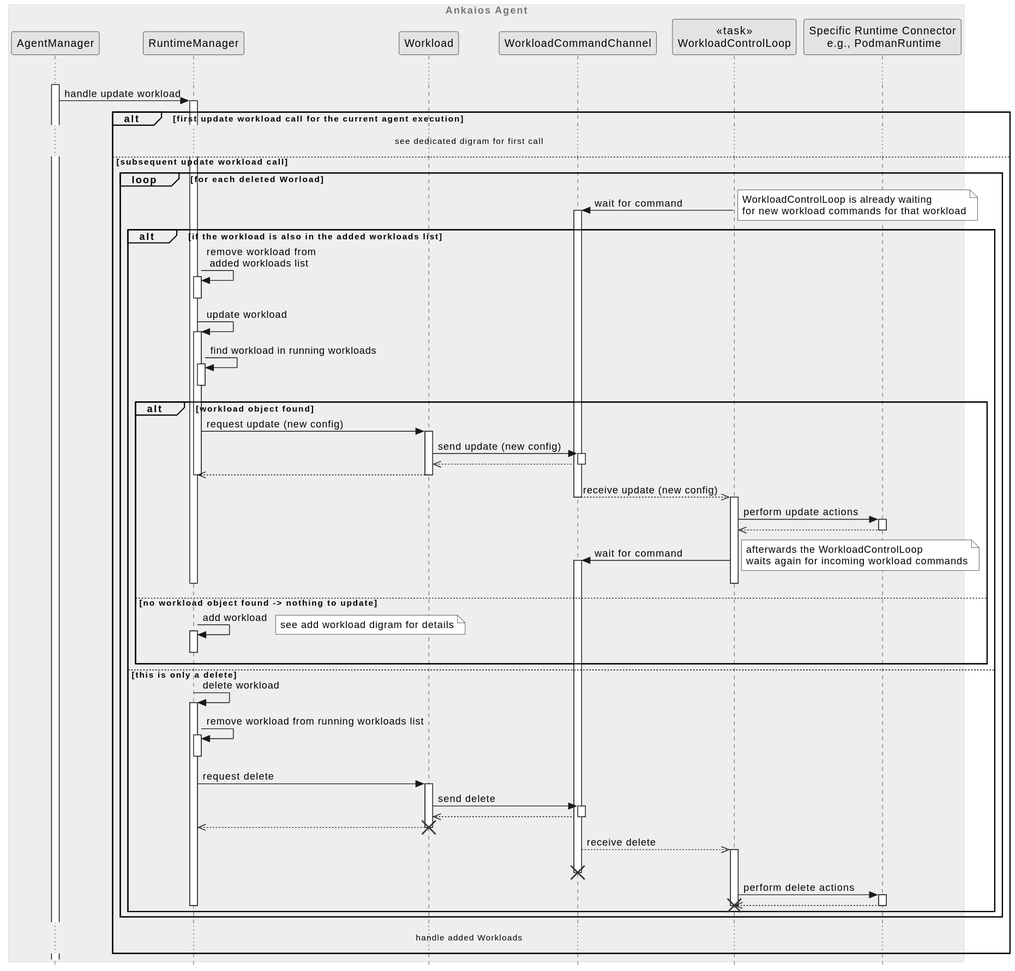
eclipse-ankaios/ankaios keeps this PlantUML diagram as agent/doc/swdesign/plantuml/seq_update_workload_subsequent_deleted.svg. Above is the earlier version.
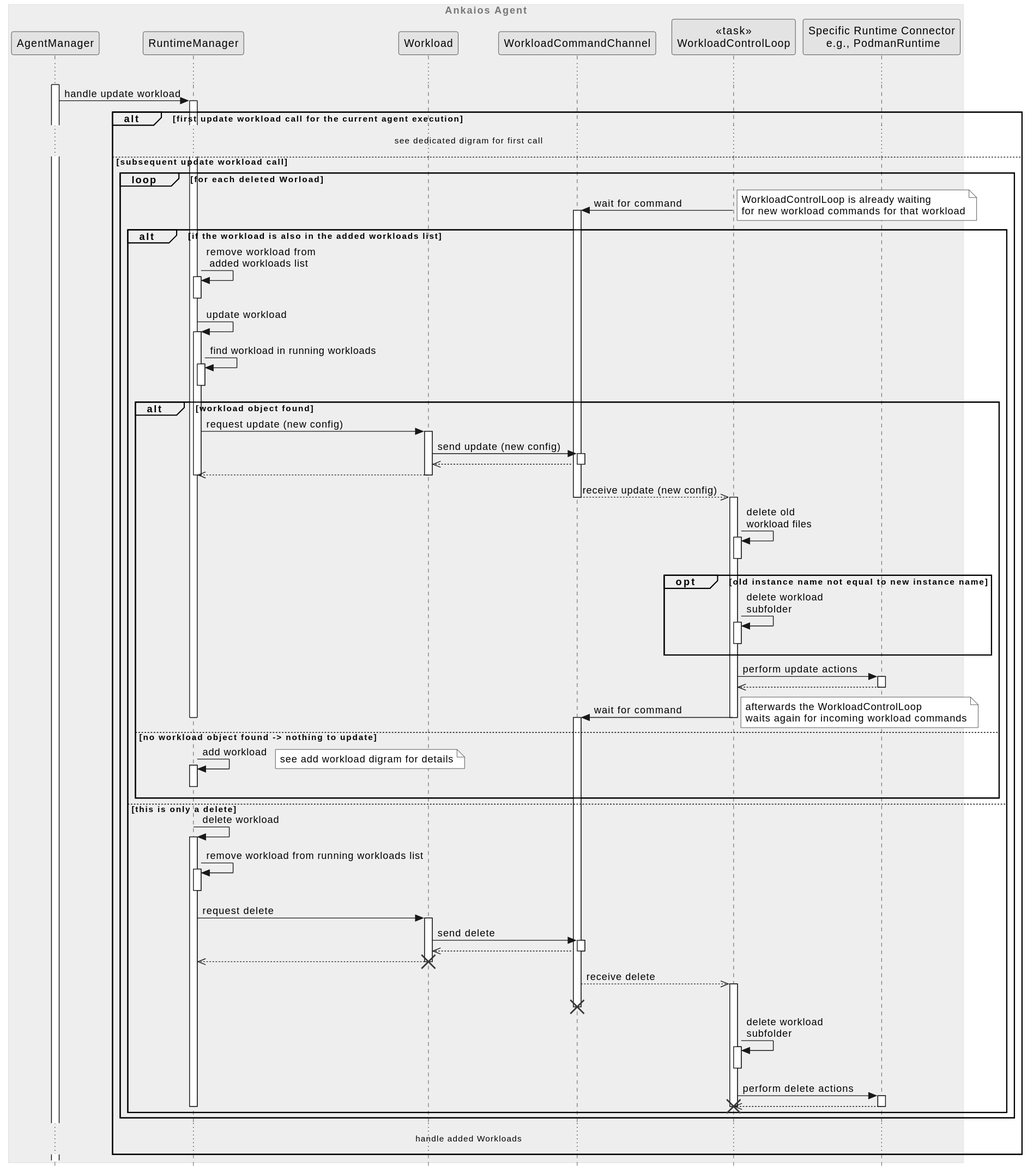
The same diagram one commit later.

What changed in the source:
```diff
@@ -38,9 +38,13 @@
                 deactivate workload
                 workload_command -->> workload_control_loop --++: receive update (new config)
                 deactivate workload_command
+                workload_control_loop -> workload_control_loop++--: delete old\nworkload files
+                opt old instance name not equal to new instance name
+                    workload_control_loop -> workload_control_loop++--: delete workload\nsubfolder
+                end
                 workload_control_loop -> runtime ++: perform update actions
                 runtime -->> workload_control_loop--
-                workload_control_loop -> workload_command ++: wait for command
+                workload_control_loop -> workload_command --++: wait for command
                 note right
                     afterwards the WorkloadControlLoop
                     waits again for incoming workload commands
@@ -63,6 +67,7 @@
             destroy workload
             workload_command -->> workload_control_loop ++: receive delete
             destroy workload_command
+            workload_control_loop -> workload_control_loop++--: delete workload\nsubfolder
             workload_control_loop -> runtime++: perform delete actions
             runtime -->> workload_control_loop--
             destroy workload_control_loop
```
